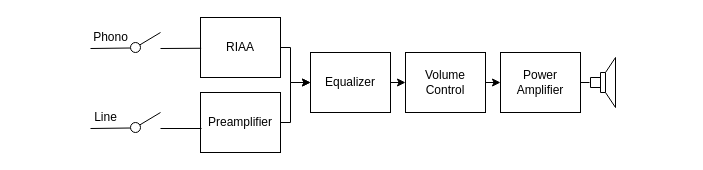
This is figures/technical_analysis/generic_hifi_amplifier.drawio from Niclasapdk/ESD4_project, a draw.io file, before an edit. Source tidied: cells renumbered, new cells numbered last; positions are measured from the earlier drawing's top-left corner, leaving out a move shared by most shapes. Both pictures are drawn from the tidied source at 100%, with x=0, y=0 at pixel (80, 17).
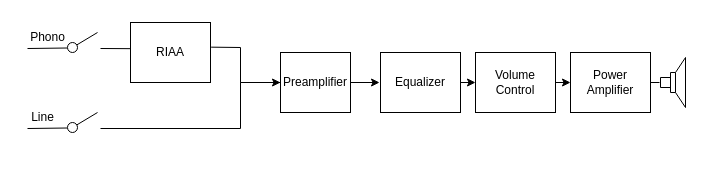
The same page after the edit.

What changed in the source:
```diff
@@
-    <mxCell id="2" style="edgeStyle=orthogonalEdgeStyle;rounded=0;jettySize=auto;html=1;exitX=1;exitY=0.5;exitDx=0;exitDy=0;entryX=0;entryY=0.5;entryDx=0;entryDy=0;" parent="1" edge="1" source="3" target="11">
-      <mxGeometry relative="1" as="geometry">
-        <Array as="points">
-          <mxPoint x="210" y="30" />
-          <mxPoint x="210" y="65" />
-        </Array>
-      </mxGeometry>
-    </mxCell>
     <mxCell id="3" value="RIAA" style="rounded=0;whiteSpace=wrap;html=1;" parent="1" vertex="1">
-      <mxGeometry x="120" width="80" height="60" as="geometry" />
+      <mxGeometry x="50" y="5" width="80" height="60" as="geometry" />
     </mxCell>
-    <mxCell id="4" style="edgeStyle=orthogonalEdgeStyle;rounded=0;jettySize=auto;html=1;exitX=1;exitY=0.5;exitDx=0;exitDy=0;entryX=0;entryY=0.5;entryDx=0;entryDy=0;" parent="1" edge="1" source="5" target="11">
-      <mxGeometry relative="1" as="geometry">
-        <Array as="points">
-          <mxPoint x="210" y="105" />
-          <mxPoint x="210" y="65" />
-        </Array>
-      </mxGeometry>
-    </mxCell>
     <mxCell id="5" value="Preamplifier" style="rounded=0;whiteSpace=wrap;html=1;" parent="1" vertex="1">
-      <mxGeometry x="120" y="75" width="80" height="60" as="geometry" />
+      <mxGeometry x="200" y="35" width="70" height="60" as="geometry" />
     </mxCell>
     <mxCell id="6" style="endArrow=none;html=1;rounded=0;" parent="1" edge="1">
       <mxGeometry relative="1" as="geometry">
-        <mxPoint x="10" y="31" as="sourcePoint" />
-        <mxPoint x="50" y="30.5" as="targetPoint" />
+        <mxPoint x="-53" y="31" as="sourcePoint" />
+        <mxPoint x="-13" y="30.5" as="targetPoint" />
       </mxGeometry>
     </mxCell>
     <mxCell id="7" value="&lt;div&gt;Phono&lt;/div&gt;" style="text;html=1;align=center;verticalAlign=middle;strokeColor=none;fillColor=none;" parent="1" vertex="1">
-      <mxGeometry y="5" width="60" height="30" as="geometry" />
+      <mxGeometry x="-63" y="5" width="60" height="30" as="geometry" />
     </mxCell>
@@
     <mxCell id="9" value="Volume&lt;br&gt;Control" style="rounded=0;whiteSpace=wrap;html=1;" parent="1" vertex="1">
-      <mxGeometry x="325" y="35" width="80" height="60" as="geometry" />
+      <mxGeometry x="395" y="35" width="80" height="60" as="geometry" />
     </mxCell>
@@
     <mxCell id="11" value="Equalizer" style="rounded=0;whiteSpace=wrap;html=1;" parent="1" vertex="1">
-      <mxGeometry x="230" y="35" width="80" height="60" as="geometry" />
+      <mxGeometry x="300" y="35" width="80" height="60" as="geometry" />
     </mxCell>
     <mxCell id="12" value="Power Amplifier" style="rounded=0;whiteSpace=wrap;html=1;" parent="1" vertex="1">
-      <mxGeometry x="420" y="35" width="80" height="60" as="geometry" />
+      <mxGeometry x="490" y="35" width="80" height="60" as="geometry" />
     </mxCell>
     <mxCell id="13" style="verticalLabelPosition=bottom;shadow=0;dashed=0;align=center;html=1;verticalAlign=top;shape=mxgraph.electrical.electro-mechanical.loudspeaker;" parent="1" vertex="1">
-      <mxGeometry x="510" y="40" width="25" height="50" as="geometry" />
+      <mxGeometry x="580" y="40" width="25" height="50" as="geometry" />
     </mxCell>
@@
     <mxCell id="16" style="ellipse;whiteSpace=wrap;html=1;" parent="1" vertex="1">
-      <mxGeometry x="50" y="25" width="10" height="10" as="geometry" />
+      <mxGeometry x="-13" y="25" width="10" height="10" as="geometry" />
     </mxCell>
     <mxCell id="17" style="endArrow=none;html=1;rounded=0;" parent="1" edge="1" source="16">
       <mxGeometry relative="1" as="geometry">
-        <mxPoint x="80" y="15" as="targetPoint" />
+        <mxPoint x="17" y="15" as="targetPoint" />
       </mxGeometry>
     </mxCell>
-    <mxCell id="18" style="endArrow=none;html=1;rounded=0;entryX=0.008;entryY=0.513;entryDx=0;entryDy=0;entryPerimeter=0;" parent="1" edge="1" target="3">
-      <mxGeometry relative="1" as="geometry">
-        <mxPoint x="80" y="31" as="sourcePoint" />
-      </mxGeometry>
-    </mxCell>
     <mxCell id="19" style="endArrow=none;html=1;rounded=0;" parent="1" edge="1">
       <mxGeometry relative="1" as="geometry">
-        <mxPoint x="10" y="111" as="sourcePoint" />
-        <mxPoint x="50" y="110.5" as="targetPoint" />
+        <mxPoint x="-53" y="111" as="sourcePoint" />
+        <mxPoint x="-13" y="110.5" as="targetPoint" />
       </mxGeometry>
     </mxCell>
     <mxCell id="20" style="ellipse;whiteSpace=wrap;html=1;" parent="1" vertex="1">
-      <mxGeometry x="50" y="105" width="10" height="10" as="geometry" />
+      <mxGeometry x="-13" y="105" width="10" height="10" as="geometry" />
     </mxCell>
     <mxCell id="21" style="endArrow=none;html=1;rounded=0;" parent="1" edge="1" source="20">
       <mxGeometry relative="1" as="geometry">
-        <mxPoint x="80" y="95" as="targetPoint" />
+        <mxPoint x="17" y="95" as="targetPoint" />
       </mxGeometry>
     </mxCell>
-    <mxCell id="22" style="endArrow=none;html=1;rounded=0;entryX=0.008;entryY=0.513;entryDx=0;entryDy=0;entryPerimeter=0;" parent="1" edge="1">
+    <mxCell id="22" style="endArrow=none;html=1;rounded=0;" parent="1" edge="1" target="5">
       <mxGeometry relative="1" as="geometry">
-        <mxPoint x="80" y="111" as="sourcePoint" />
-        <mxPoint x="121" y="111" as="targetPoint" />
+        <mxPoint x="20" y="111" as="sourcePoint" />
+        <Array as="points">
+          <mxPoint x="160" y="111" />
+          <mxPoint x="160" y="65" />
+        </Array>
       </mxGeometry>
     </mxCell>
     <mxCell id="23" value="Line" style="text;html=1;align=center;verticalAlign=middle;strokeColor=none;fillColor=none;" parent="1" vertex="1">
-      <mxGeometry y="85" width="50" height="30" as="geometry" />
+      <mxGeometry x="-63" y="85" width="50" height="30" as="geometry" />
     </mxCell>
+    <mxCell id="24" style="endArrow=classic;html=1;rounded=0;entryX=-0.012;entryY=0.5;entryDx=0;entryDy=0;entryPerimeter=0;" parent="1" edge="1" target="11">
+      <mxGeometry relative="1" as="geometry">
+        <mxPoint x="270" y="65" as="sourcePoint" />
+      </mxGeometry>
+    </mxCell>
+    <mxCell id="25" style="endArrow=none;html=1;rounded=0;entryX=-0.004;entryY=0.436;entryDx=0;entryDy=0;entryPerimeter=0;" parent="1" edge="1" target="3">
+      <mxGeometry relative="1" as="geometry">
+        <mxPoint x="20" y="31" as="sourcePoint" />
+      </mxGeometry>
+    </mxCell>
+    <mxCell id="26" style="endArrow=classic;html=1;rounded=0;exitX=1.008;exitY=0.411;exitDx=0;exitDy=0;exitPerimeter=0;" parent="1" edge="1" source="3" target="5">
+      <mxGeometry relative="1" as="geometry">
+        <Array as="points">
+          <mxPoint x="160" y="30" />
+          <mxPoint x="160" y="65" />
+        </Array>
+      </mxGeometry>
+    </mxCell>
```
